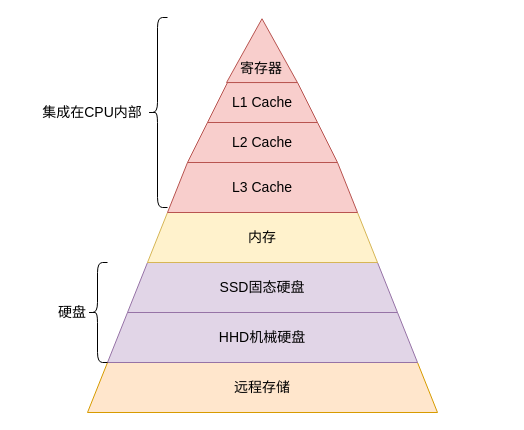
The draw.io diagram 计算机存储金字塔结构.drawio in Netech-DevNote/itquestions_pictures, before the edit. Source tidied: cells renumbered, new cells numbered last; positions are measured from the earlier drawing's top-left corner, leaving out a move shared by most shapes. Both pictures are drawn from the tidied source at 100%, with x=0, y=0 at pixel (17, 15).
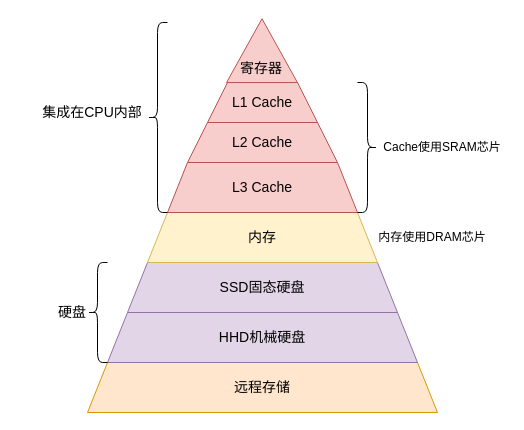
The same diagram, later.

Commit message (it also covers changes not shown here):
更新计算机存储金字塔结构.drawio

Diff of the diagram source:
```diff
@@
 <mxGraphModel>
   <root>
     <mxCell id="0" />
     <mxCell id="1" parent="0" />
     <mxCell id="2" value="远程存储" style="shape=trapezoid;perimeter=trapezoidPerimeter;whiteSpace=wrap;html=1;fixedSize=1;fontSize=14;fillColor=#ffe6cc;strokeColor=#d79b00;" parent="1" vertex="1">
       <mxGeometry x="70" y="347" width="350" height="50" as="geometry" />
     </mxCell>
     <mxCell id="3" value="HHD机械硬盘" style="shape=trapezoid;perimeter=trapezoidPerimeter;whiteSpace=wrap;html=1;fixedSize=1;fontSize=14;fillColor=#e1d5e7;strokeColor=#9673a6;" parent="1" vertex="1">
       <mxGeometry x="90" y="297" width="310" height="50" as="geometry" />
     </mxCell>
     <mxCell id="4" value="SSD固态硬盘" style="shape=trapezoid;perimeter=trapezoidPerimeter;whiteSpace=wrap;html=1;fixedSize=1;fontSize=14;fillColor=#e1d5e7;strokeColor=#9673a6;" parent="1" vertex="1">
       <mxGeometry x="110" y="247" width="270" height="50" as="geometry" />
     </mxCell>
     <mxCell id="5" value="内存" style="shape=trapezoid;perimeter=trapezoidPerimeter;whiteSpace=wrap;html=1;fixedSize=1;fontSize=14;fillColor=#fff2cc;strokeColor=#d6b656;" parent="1" vertex="1">
       <mxGeometry x="130" y="197" width="230" height="50" as="geometry" />
     </mxCell>
     <mxCell id="6" value="L3 Cache" style="shape=trapezoid;perimeter=trapezoidPerimeter;whiteSpace=wrap;html=1;fixedSize=1;fontSize=14;fillColor=#f8cecc;strokeColor=#b85450;" parent="1" vertex="1">
       <mxGeometry x="150" y="147" width="190" height="50" as="geometry" />
     </mxCell>
     <mxCell id="7" value="L2 Cache" style="shape=trapezoid;perimeter=trapezoidPerimeter;whiteSpace=wrap;html=1;fixedSize=1;fontSize=14;fillColor=#f8cecc;strokeColor=#b85450;" parent="1" vertex="1">
       <mxGeometry x="170" y="107" width="150" height="40" as="geometry" />
     </mxCell>
     <mxCell id="8" value="L1 Cache" style="shape=trapezoid;perimeter=trapezoidPerimeter;whiteSpace=wrap;html=1;fixedSize=1;fontSize=14;fillColor=#f8cecc;strokeColor=#b85450;" parent="1" vertex="1">
       <mxGeometry x="190" y="67" width="110" height="40" as="geometry" />
     </mxCell>
     <mxCell id="9" style="triangle;whiteSpace=wrap;html=1;rotation=-90;fontSize=14;fillColor=#f8cecc;strokeColor=#b85450;" parent="1" vertex="1">
       <mxGeometry x="212.6" y="-0.3" width="63.8" height="70.9" as="geometry" />
     </mxCell>
     <mxCell id="10" value="寄存器" style="text;html=1;strokeColor=none;fillColor=none;align=center;verticalAlign=middle;whiteSpace=wrap;rounded=0;fontSize=14;" parent="1" vertex="1">
       <mxGeometry x="214" y="38" width="60" height="30" as="geometry" />
     </mxCell>
     <mxCell id="11" style="shape=curlyBracket;whiteSpace=wrap;html=1;rounded=1;labelPosition=left;verticalLabelPosition=middle;align=right;verticalAlign=middle;" parent="1" vertex="1">
-      <mxGeometry x="130" y="2" width="20" height="190" as="geometry" />
+      <mxGeometry x="130" y="7" width="20" height="190" as="geometry" />
     </mxCell>
     <mxCell id="12" value="&lt;font style=&quot;font-size: 14px;&quot;&gt;集成在CPU内部&lt;/font&gt;" style="text;html=1;strokeColor=none;fillColor=none;align=center;verticalAlign=middle;whiteSpace=wrap;rounded=0;" parent="1" vertex="1">
       <mxGeometry x="20" y="82" width="110" height="30" as="geometry" />
     </mxCell>
     <mxCell id="13" style="shape=curlyBracket;whiteSpace=wrap;html=1;rounded=1;labelPosition=left;verticalLabelPosition=middle;align=right;verticalAlign=middle;" parent="1" vertex="1">
       <mxGeometry x="70" y="247" width="20" height="100" as="geometry" />
     </mxCell>
     <mxCell id="14" value="&lt;font style=&quot;font-size: 14px;&quot;&gt;硬盘&lt;/font&gt;" style="text;html=1;strokeColor=none;fillColor=none;align=center;verticalAlign=middle;whiteSpace=wrap;rounded=0;" parent="1" vertex="1">
       <mxGeometry y="282" width="110" height="30" as="geometry" />
     </mxCell>
     <mxCell id="15" style="edgeStyle=orthogonalEdgeStyle;rounded=0;orthogonalLoop=1;jettySize=auto;html=1;exitX=0.5;exitY=1;exitDx=0;exitDy=0;" parent="1" edge="1" source="14" target="14">
       <mxGeometry relative="1" as="geometry" />
     </mxCell>
+    <mxCell id="16" style="shape=curlyBracket;whiteSpace=wrap;html=1;rounded=1;flipH=1;labelPosition=right;verticalLabelPosition=middle;align=left;verticalAlign=middle;" parent="1" vertex="1">
+      <mxGeometry x="340" y="67" width="20" height="130" as="geometry" />
+    </mxCell>
+    <mxCell id="17" value="Cache使用SRAM芯片" style="text;html=1;strokeColor=none;fillColor=none;align=center;verticalAlign=middle;whiteSpace=wrap;rounded=0;" parent="1" vertex="1">
+      <mxGeometry x="360" y="117" width="130" height="30" as="geometry" />
+    </mxCell>
+    <mxCell id="18" value="内存使用DRAM芯片" style="text;html=1;strokeColor=none;fillColor=none;align=center;verticalAlign=middle;whiteSpace=wrap;rounded=0;" parent="1" vertex="1">
+      <mxGeometry x="350" y="207" width="130" height="30" as="geometry" />
+    </mxCell>
   </root>
 </mxGraphModel>
```
